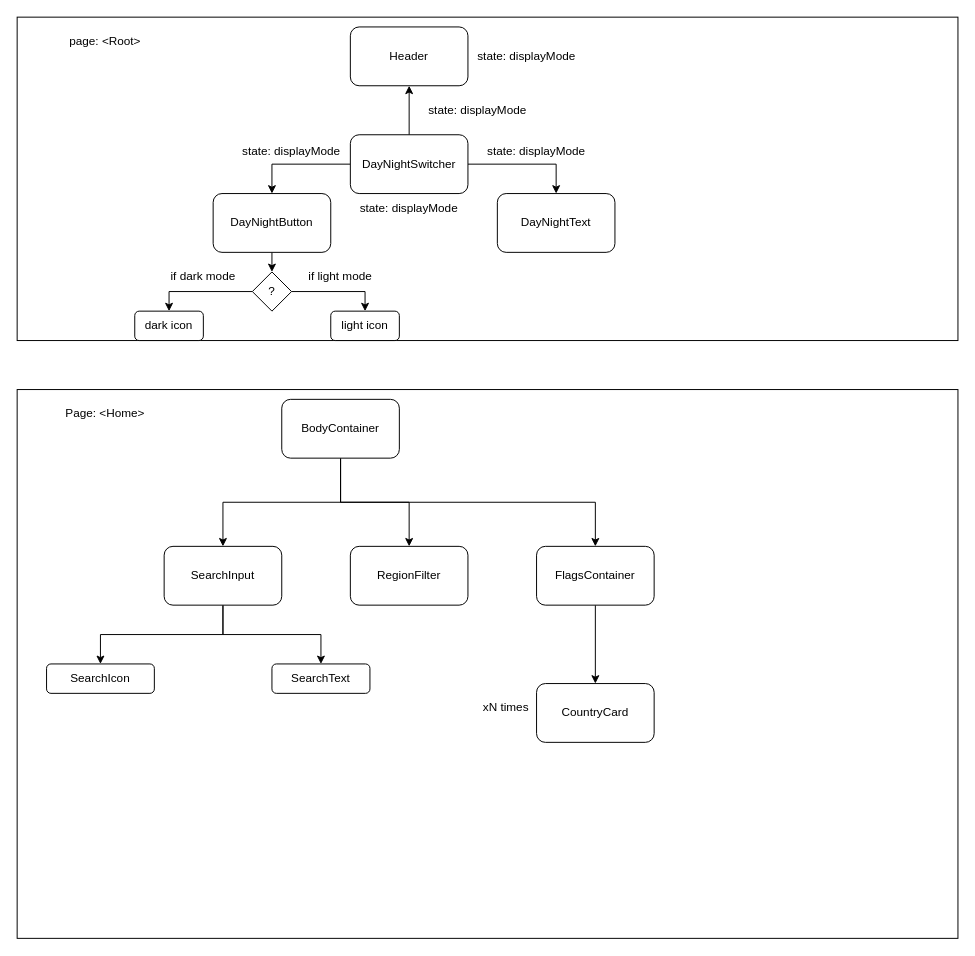
This is comp_architecture.drawio from aisiklar/REST_Countries_API_Project, a draw.io file, before an edit. Source tidied: cells renumbered, new cells numbered last; positions are measured from the earlier drawing's top-left corner, leaving out a move shared by most shapes. Both pictures are drawn from the tidied source at 98%, with x=0, y=0 at pixel (17, 17).
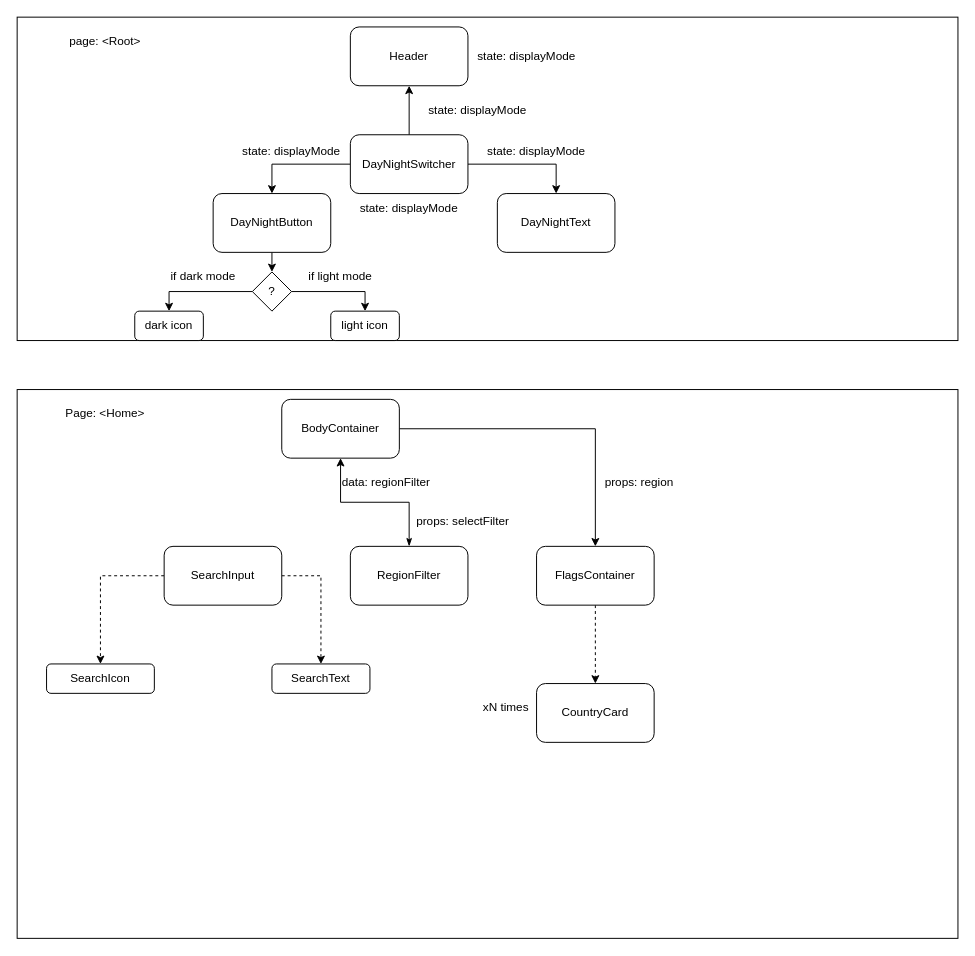
Above is the later version.

Commit message (it also covers changes not shown here):
region filtering done. next: search by country name

The change refers to these unchanged cells:
```xml
<mxCell id="7" value="BodyContainer" style="rounded=1;whiteSpace=wrap;html=1;" parent="1" vertex="1">
  <mxGeometry x="270" y="390" width="120" height="60" as="geometry" />
</mxCell>
<mxCell id="10" value="SearchInput" style="rounded=1;whiteSpace=wrap;html=1;" parent="1" vertex="1">
  <mxGeometry x="150" y="540" width="120" height="60" as="geometry" />
</mxCell>
<mxCell id="11" value="RegionFilter" style="rounded=1;whiteSpace=wrap;html=1;" parent="1" vertex="1">
  <mxGeometry x="340" y="540" width="120" height="60" as="geometry" />
</mxCell>
<mxCell id="13" value="FlagsContainer" style="rounded=1;whiteSpace=wrap;html=1;" parent="1" vertex="1">
  <mxGeometry x="530" y="540" width="120" height="60" as="geometry" />
</mxCell>
<mxCell id="14" value="CountryCard" style="whiteSpace=wrap;html=1;rounded=1;" parent="1" vertex="1">
  <mxGeometry x="530" y="680" width="120" height="60" as="geometry" />
</mxCell>
<mxCell id="38" value="SearchIcon" style="rounded=1;whiteSpace=wrap;html=1;" parent="1" vertex="1">
  <mxGeometry x="30" y="660" width="110" height="30" as="geometry" />
</mxCell>
<mxCell id="39" value="SearchText" style="rounded=1;whiteSpace=wrap;html=1;" parent="1" vertex="1">
  <mxGeometry x="260" y="660" width="100" height="30" as="geometry" />
</mxCell>
```

The edit, as a diff of the source:
```diff
@@
-    <mxCell id="4" style="edgeStyle=orthogonalEdgeStyle;rounded=0;jettySize=auto;html=1;" parent="1" edge="1" source="7" target="10">
-      <mxGeometry relative="1" as="geometry" />
-    </mxCell>
-    <mxCell id="5" style="edgeStyle=orthogonalEdgeStyle;rounded=0;jettySize=auto;html=1;" parent="1" edge="1" source="7" target="11">
-      <mxGeometry relative="1" as="geometry" />
-    </mxCell>
-    <mxCell id="6" style="edgeStyle=orthogonalEdgeStyle;rounded=0;jettySize=auto;html=1;exitX=0.5;exitY=1;exitDx=0;exitDy=0;" parent="1" edge="1" source="7" target="13">
+    <mxCell id="6" style="edgeStyle=orthogonalEdgeStyle;rounded=0;jettySize=auto;html=1;exitX=1;exitY=0.5;exitDx=0;exitDy=0;entryX=0.5;entryY=0;entryDx=0;entryDy=0;startArrow=none;startFill=0;" parent="1" edge="1" source="7" target="13">
       <mxGeometry relative="1" as="geometry" />
     </mxCell>
@@
+    <mxCell id="9" style="edgeStyle=orthogonalEdgeStyle;rounded=0;jettySize=auto;html=1;exitX=1;exitY=0.5;exitDx=0;exitDy=0;dashed=1;" parent="1" edge="1" source="10" target="39">
+      <mxGeometry relative="1" as="geometry" />
+    </mxCell>
-    <mxCell id="8" style="edgeStyle=orthogonalEdgeStyle;rounded=0;jettySize=auto;html=1;exitX=0.5;exitY=1;exitDx=0;exitDy=0;" parent="1" edge="1" source="10" target="38">
+    <mxCell id="8" style="edgeStyle=orthogonalEdgeStyle;rounded=0;jettySize=auto;html=1;exitX=0;exitY=0.5;exitDx=0;exitDy=0;dashed=1;" parent="1" edge="1" source="10" target="38">
       <mxGeometry relative="1" as="geometry" />
     </mxCell>
-    <mxCell id="9" style="edgeStyle=orthogonalEdgeStyle;rounded=0;jettySize=auto;html=1;entryX=0.5;entryY=0;entryDx=0;entryDy=0;exitX=0.5;exitY=1;exitDx=0;exitDy=0;" parent="1" edge="1" source="10" target="39">
-      <mxGeometry relative="1" as="geometry" />
-    </mxCell>
@@
+    <mxCell id="40" style="edgeStyle=orthogonalEdgeStyle;rounded=0;jettySize=auto;html=1;exitX=0.5;exitY=0;exitDx=0;exitDy=0;entryX=0.5;entryY=1;entryDx=0;entryDy=0;startArrow=classicThin;startFill=1;" parent="1" edge="1" source="11" target="7">
+      <mxGeometry relative="1" as="geometry" />
+    </mxCell>
@@
-    <mxCell id="12" style="edgeStyle=orthogonalEdgeStyle;rounded=0;jettySize=auto;html=1;" parent="1" edge="1" source="13" target="14">
+    <mxCell id="12" style="edgeStyle=orthogonalEdgeStyle;rounded=0;jettySize=auto;html=1;dashed=1;" parent="1" edge="1" source="13" target="14">
       <mxGeometry relative="1" as="geometry" />
     </mxCell>
@@
+    <mxCell id="41" value="&amp;nbsp;data: regionFilter" style="text;html=1;strokeColor=none;fillColor=none;align=center;verticalAlign=middle;whiteSpace=wrap;rounded=0;" parent="1" vertex="1">
+      <mxGeometry x="320" y="460" width="110" height="30" as="geometry" />
+    </mxCell>
+    <mxCell id="42" value="props: selectFilter" style="text;html=1;strokeColor=none;fillColor=none;align=center;verticalAlign=middle;whiteSpace=wrap;rounded=0;" parent="1" vertex="1">
+      <mxGeometry x="400" y="500" width="110" height="30" as="geometry" />
+    </mxCell>
+    <mxCell id="43" value="props: region" style="text;html=1;strokeColor=none;fillColor=none;align=center;verticalAlign=middle;whiteSpace=wrap;rounded=0;" parent="1" vertex="1">
+      <mxGeometry x="580" y="460" width="110" height="30" as="geometry" />
+    </mxCell>
```
